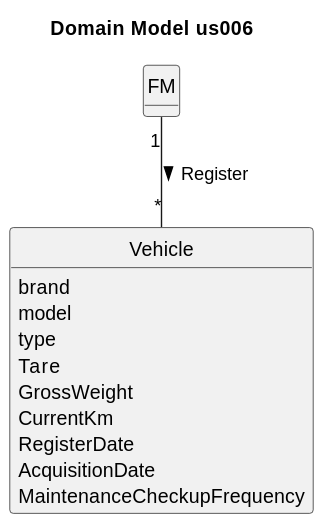
Departamento-de-Engenharia-Informatica/lei-24-s2-1dm-g132 keeps this PlantUML diagram as docs/sprintB/us006/02.analysis/svg/project-domain-model-Domain_Model_us006.svg. Above is the earlier version. Source of this version:
```plantuml
@startuml
skinparam monochrome true
skinparam packageStyle rectangle
skinparam shadowing false
skinparam classAttributeIconSize 0
hide circle
hide methods

title Domain Model us006

class FM {
}

class Vehicle {
    brand
    model
    type
    Tare
    GrossWeight
    CurrentKm
    RegisterDate
    AcquisitionDate
    MaintenanceCheckupFrequency
}


FM "1" -- "*" Vehicle : Register >
@enduml
```
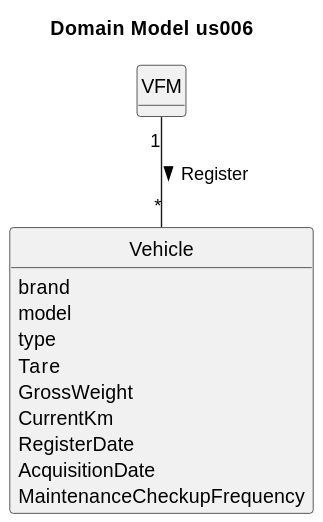
The same diagram one commit later.

The edit, as a diff of the source:
```diff
@@ -8,7 +8,7 @@
 
 title Domain Model us006
 
-class FM {
+class VFM {
 }
 
 class Vehicle {
@@ -24,5 +24,5 @@
 }
 
 
-FM "1" -- "*" Vehicle : Register >
+VFM "1" -- "*" Vehicle : Register >
 @enduml
```
